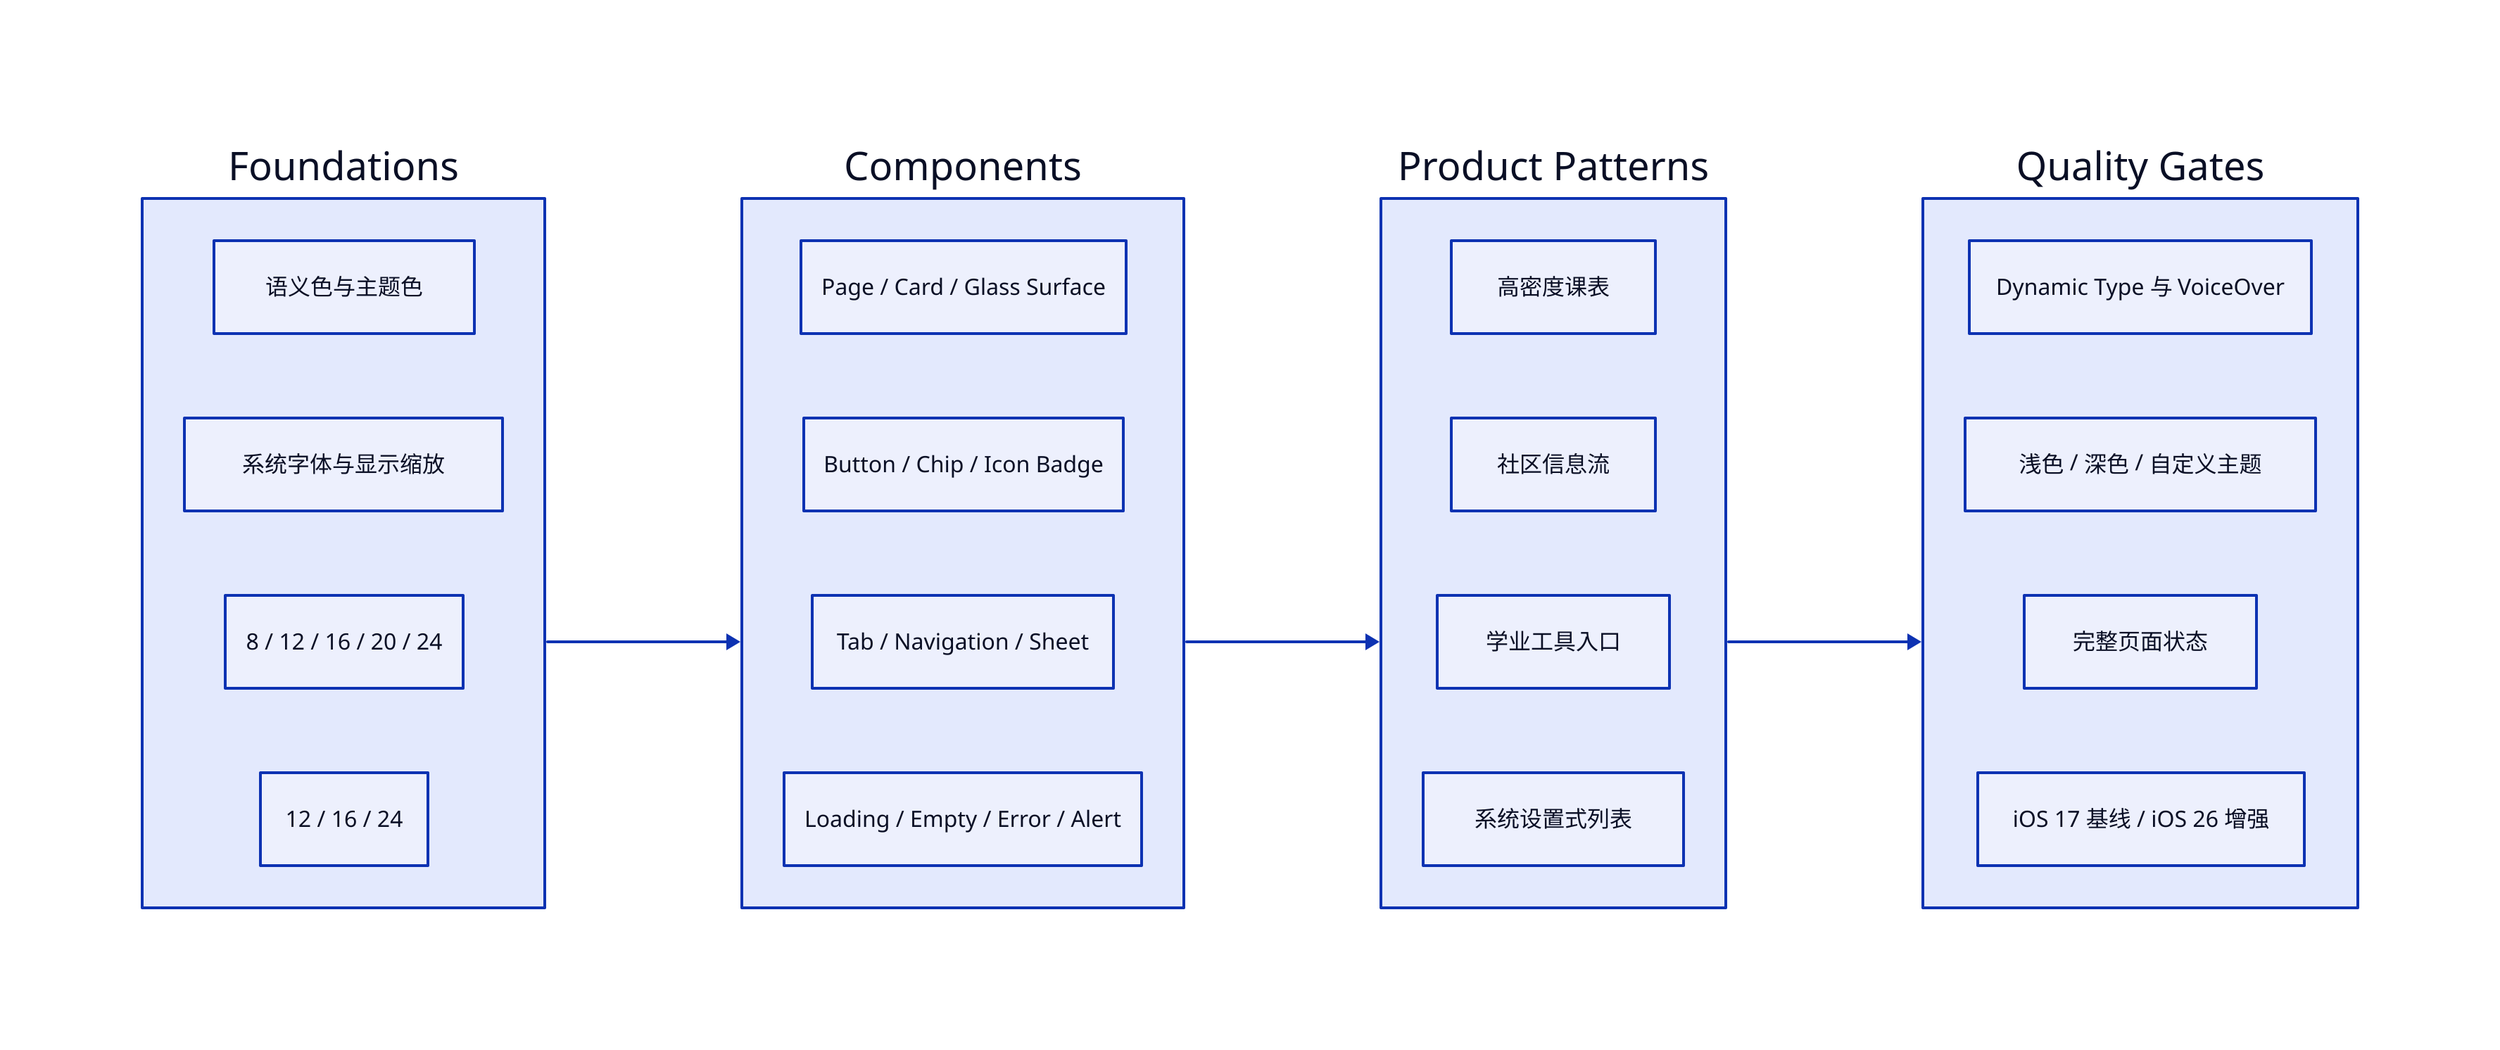
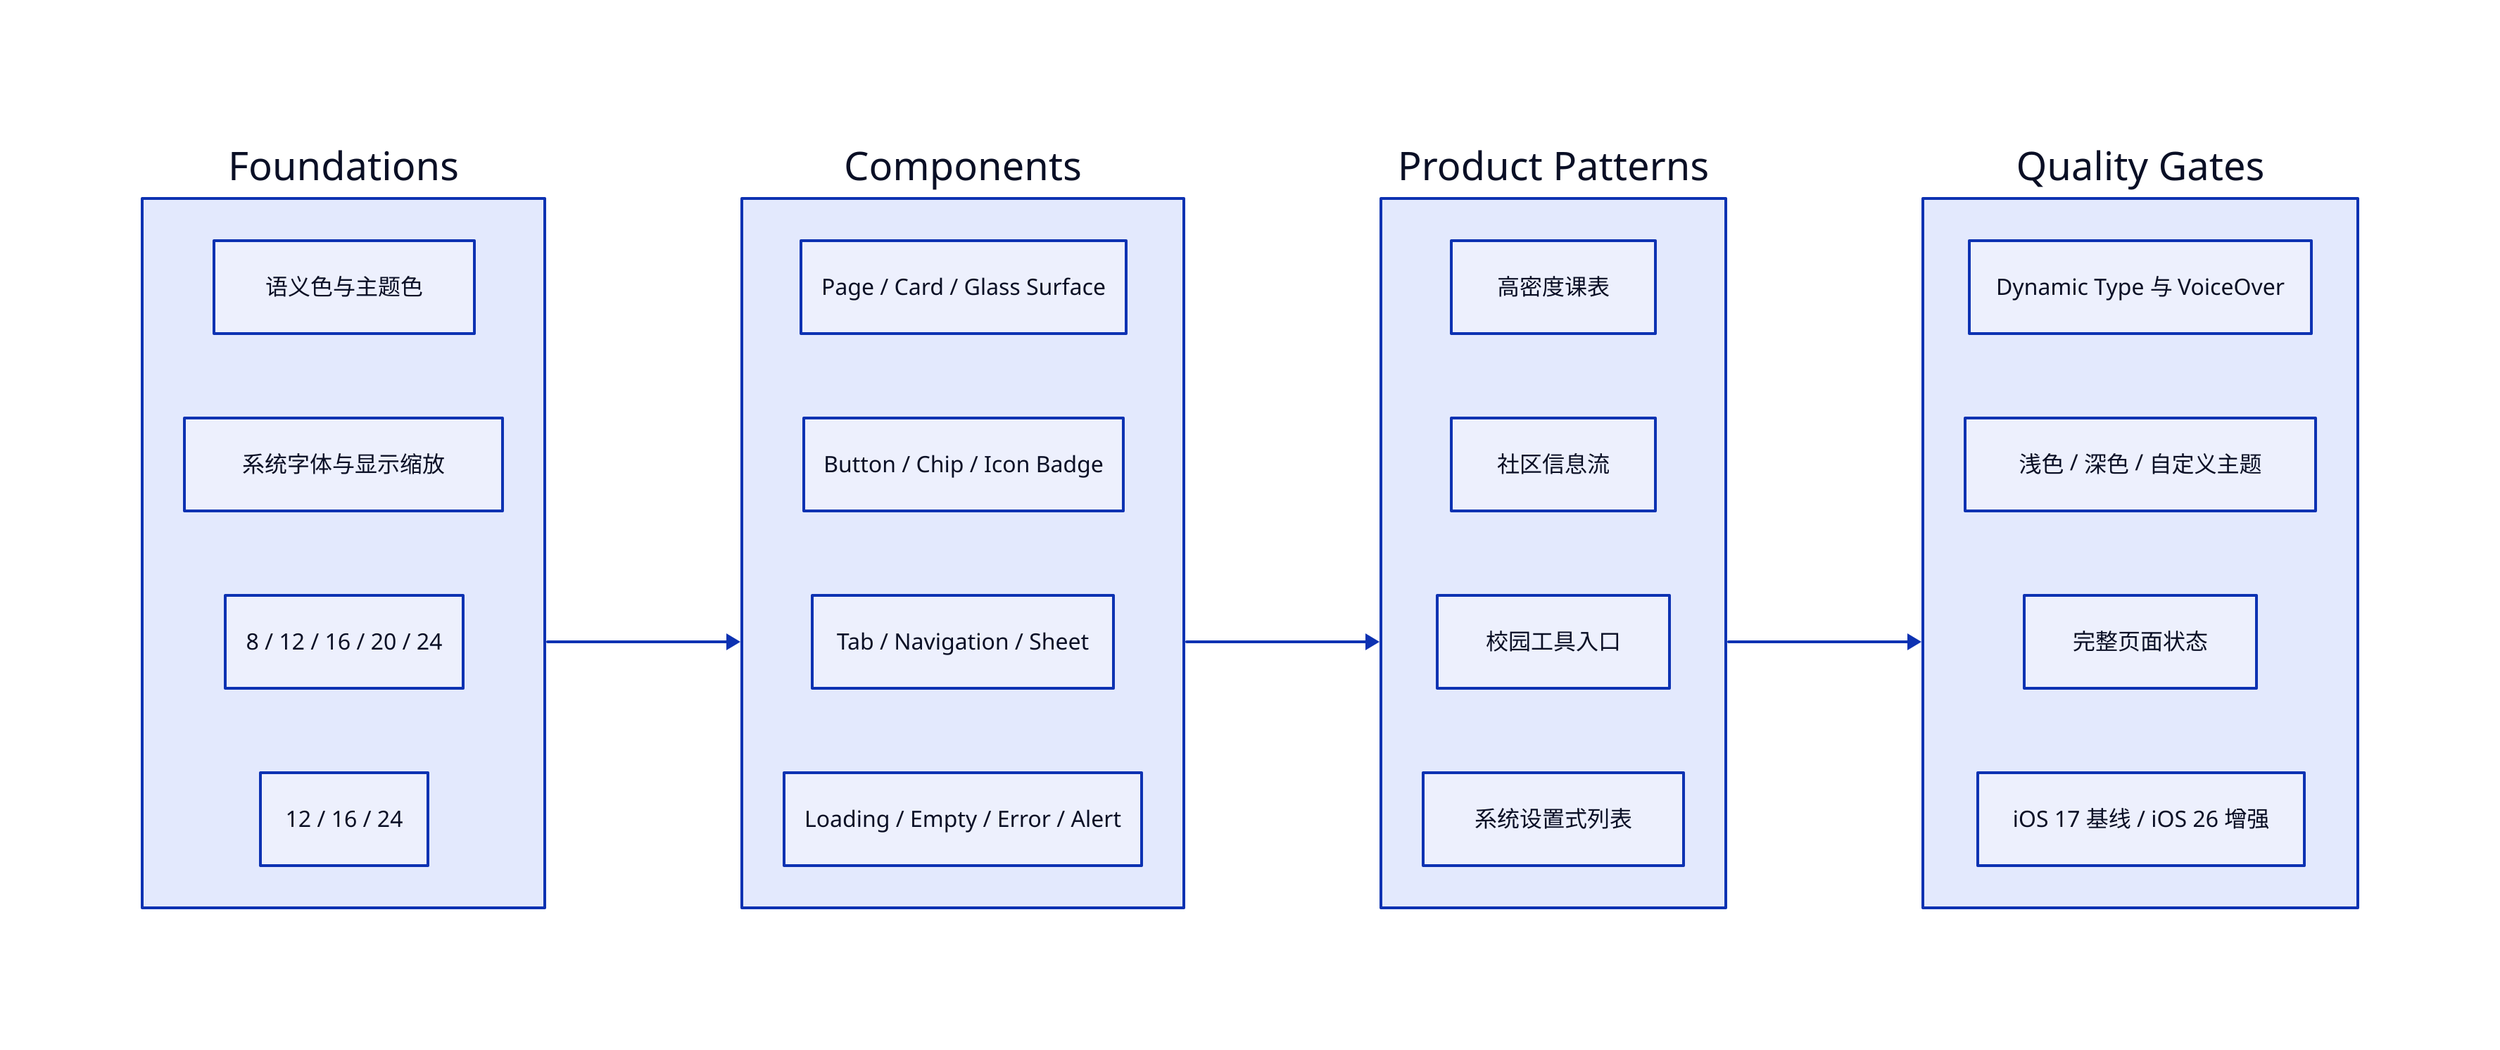
direction: right

foundation: Foundations {
  color: 语义色与主题色
  type: 系统字体与显示缩放
  spacing: 8 / 12 / 16 / 20 / 24
  radius: 12 / 16 / 24
}

components: Components {
  surfaces: Page / Card / Glass Surface
  controls: Button / Chip / Icon Badge
  navigation: Tab / Navigation / Sheet
  feedback: Loading / Empty / Error / Alert
}

patterns: Product Patterns {
  timetable: 高密度课表
  feed: 社区信息流
-   academic: 学业工具入口
+   academic: 校园工具入口
  profile: 系统设置式列表
}

quality: Quality Gates {
  accessibility: Dynamic Type 与 VoiceOver
  appearance: 浅色 / 深色 / 自定义主题
  states: 完整页面状态
  compatibility: iOS 17 基线 / iOS 26 增强
}

foundation -> components -> patterns -> quality
- 
